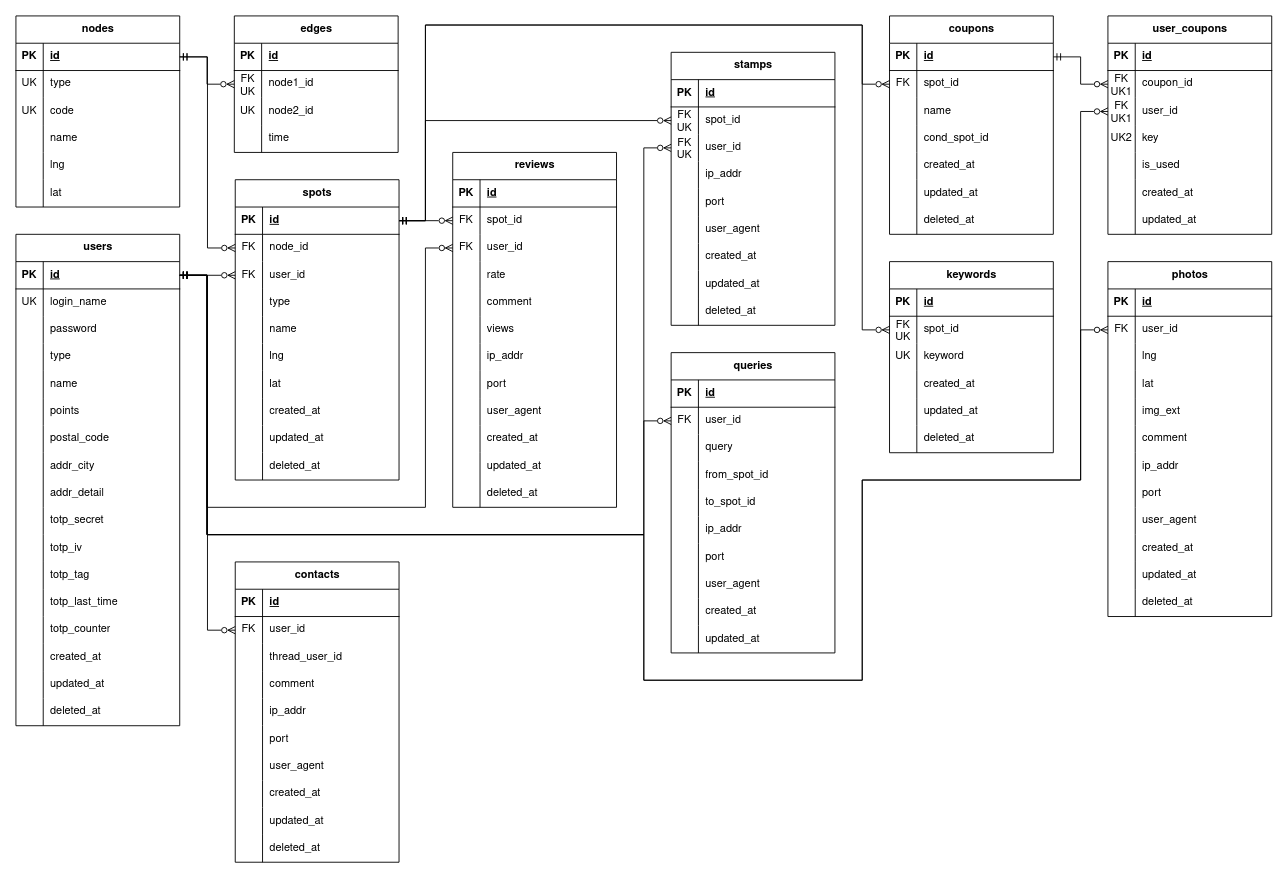
r02092/se2025 keeps this draw.io diagram as docs/figure/gaibu-er.drawio. Above is the earlier version. Source tidied: cells renumbered, new cells numbered last; positions are measured from the earlier drawing's top-left corner, leaving out a move shared by most shapes. Both pictures are drawn from the tidied source at 91%, with x=0, y=0 at pixel (15, 15).
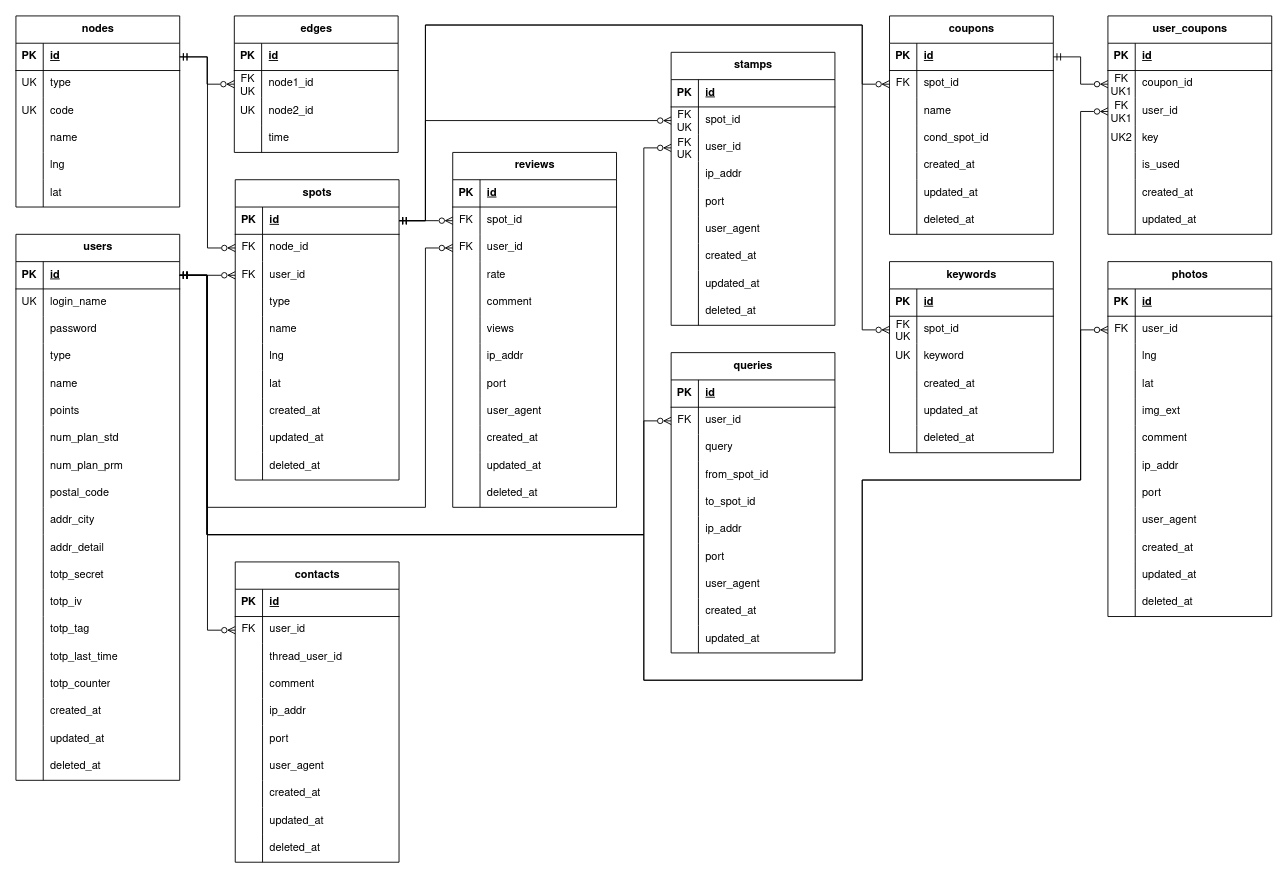
After the change.

Change to the diagram source:
```diff
@@
     <mxCell id="67" value="users" style="shape=table;startSize=30;childLayout=tableLayout;rowLines=0;fontStyle=1;align=center;html=1;fontFamily=Nimbus Sans;" parent="1" vertex="1">
-      <mxGeometry y="240" width="180" height="540" as="geometry" />
+      <mxGeometry y="240" width="180" height="600" as="geometry" />
     </mxCell>
@@
+    <mxCell id="358" style="shape=tableRow;horizontal=0;startSize=0;swimlaneHead=0;swimlaneBody=0;fillColor=none;top=0;left=0;right=0;bottom=0;fontFamily=Nimbus Sans;" parent="67" vertex="1">
+      <mxGeometry y="210" width="180" height="30" as="geometry" />
+    </mxCell>
+    <mxCell id="359" style="shape=partialRectangle;fillColor=none;top=0;left=0;bottom=0;right=0;overflow=hidden;whiteSpace=wrap;html=1;fontFamily=Nimbus Sans;" parent="358" vertex="1">
+      <mxGeometry width="30" height="30" as="geometry" />
+    </mxCell>
+    <mxCell id="360" value="num_plan_std" style="shape=partialRectangle;fillColor=none;top=0;left=0;bottom=0;right=0;align=left;spacingLeft=6;overflow=hidden;whiteSpace=wrap;html=1;fontFamily=Nimbus Sans;" parent="358" vertex="1">
+      <mxGeometry x="30" width="150" height="30" as="geometry" />
+    </mxCell>
+    <mxCell id="361" style="shape=tableRow;horizontal=0;startSize=0;swimlaneHead=0;swimlaneBody=0;fillColor=none;top=0;left=0;right=0;bottom=0;fontFamily=Nimbus Sans;" parent="67" vertex="1">
+      <mxGeometry y="240" width="180" height="30" as="geometry" />
+    </mxCell>
+    <mxCell id="362" style="shape=partialRectangle;fillColor=none;top=0;left=0;bottom=0;right=0;overflow=hidden;whiteSpace=wrap;html=1;fontFamily=Nimbus Sans;" parent="361" vertex="1">
+      <mxGeometry width="30" height="30" as="geometry" />
+    </mxCell>
+    <mxCell id="363" value="num_plan_prm" style="shape=partialRectangle;fillColor=none;top=0;left=0;bottom=0;right=0;align=left;spacingLeft=6;overflow=hidden;whiteSpace=wrap;html=1;fontFamily=Nimbus Sans;" parent="361" vertex="1">
+      <mxGeometry x="30" width="150" height="30" as="geometry" />
+    </mxCell>
     <mxCell id="86" style="shape=tableRow;horizontal=0;startSize=0;swimlaneHead=0;swimlaneBody=0;fillColor=none;top=0;left=0;right=0;bottom=0;fontFamily=Nimbus Sans;" parent="67" vertex="1">
-      <mxGeometry y="210" width="180" height="30" as="geometry" />
+      <mxGeometry y="270" width="180" height="30" as="geometry" />
     </mxCell>
@@
     <mxCell id="89" style="shape=tableRow;horizontal=0;startSize=0;swimlaneHead=0;swimlaneBody=0;fillColor=none;top=0;left=0;right=0;bottom=0;fontFamily=Nimbus Sans;" parent="67" vertex="1">
-      <mxGeometry y="240" width="180" height="30" as="geometry" />
+      <mxGeometry y="300" width="180" height="30" as="geometry" />
     </mxCell>
@@
     <mxCell id="92" style="shape=tableRow;horizontal=0;startSize=0;swimlaneHead=0;swimlaneBody=0;fillColor=none;top=0;left=0;right=0;bottom=0;fontFamily=Nimbus Sans;" parent="67" vertex="1">
-      <mxGeometry y="270" width="180" height="30" as="geometry" />
+      <mxGeometry y="330" width="180" height="30" as="geometry" />
     </mxCell>
@@
     <mxCell id="95" style="shape=tableRow;horizontal=0;startSize=0;swimlaneHead=0;swimlaneBody=0;fillColor=none;top=0;left=0;right=0;bottom=0;fontFamily=Nimbus Sans;" parent="67" vertex="1">
-      <mxGeometry y="300" width="180" height="30" as="geometry" />
+      <mxGeometry y="360" width="180" height="30" as="geometry" />
     </mxCell>
@@
     <mxCell id="98" style="shape=tableRow;horizontal=0;startSize=0;swimlaneHead=0;swimlaneBody=0;fillColor=none;top=0;left=0;right=0;bottom=0;fontFamily=Nimbus Sans;" parent="67" vertex="1">
-      <mxGeometry y="330" width="180" height="30" as="geometry" />
+      <mxGeometry y="390" width="180" height="30" as="geometry" />
     </mxCell>
@@
     <mxCell id="101" style="shape=tableRow;horizontal=0;startSize=0;swimlaneHead=0;swimlaneBody=0;fillColor=none;top=0;left=0;right=0;bottom=0;fontFamily=Nimbus Sans;" parent="67" vertex="1">
-      <mxGeometry y="360" width="180" height="30" as="geometry" />
+      <mxGeometry y="420" width="180" height="30" as="geometry" />
     </mxCell>
@@
     <mxCell id="104" style="shape=tableRow;horizontal=0;startSize=0;swimlaneHead=0;swimlaneBody=0;fillColor=none;top=0;left=0;right=0;bottom=0;fontFamily=Nimbus Sans;" parent="67" vertex="1">
-      <mxGeometry y="390" width="180" height="30" as="geometry" />
+      <mxGeometry y="450" width="180" height="30" as="geometry" />
     </mxCell>
@@
     <mxCell id="107" style="shape=tableRow;horizontal=0;startSize=0;swimlaneHead=0;swimlaneBody=0;fillColor=none;top=0;left=0;right=0;bottom=0;fontFamily=Nimbus Sans;" parent="67" vertex="1">
-      <mxGeometry y="420" width="180" height="30" as="geometry" />
+      <mxGeometry y="480" width="180" height="30" as="geometry" />
     </mxCell>
@@
     <mxCell id="110" style="shape=tableRow;horizontal=0;startSize=0;swimlaneHead=0;swimlaneBody=0;fillColor=none;top=0;left=0;right=0;bottom=0;fontFamily=Nimbus Sans;" parent="67" vertex="1">
-      <mxGeometry y="450" width="180" height="30" as="geometry" />
+      <mxGeometry y="510" width="180" height="30" as="geometry" />
     </mxCell>
@@
     <mxCell id="113" style="shape=tableRow;horizontal=0;startSize=0;swimlaneHead=0;swimlaneBody=0;fillColor=none;top=0;left=0;right=0;bottom=0;fontFamily=Nimbus Sans;" parent="67" vertex="1">
-      <mxGeometry y="480" width="180" height="30" as="geometry" />
+      <mxGeometry y="540" width="180" height="30" as="geometry" />
     </mxCell>
@@
     <mxCell id="116" style="shape=tableRow;horizontal=0;startSize=0;swimlaneHead=0;swimlaneBody=0;fillColor=none;top=0;left=0;right=0;bottom=0;fontFamily=Nimbus Sans;" parent="67" vertex="1">
-      <mxGeometry y="510" width="180" height="30" as="geometry" />
+      <mxGeometry y="570" width="180" height="30" as="geometry" />
     </mxCell>
```
